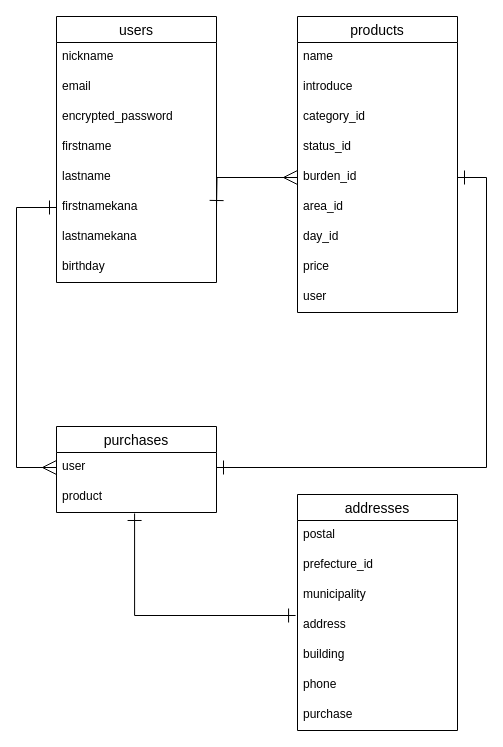
Earlier version of the draw.io diagram ERpic.dio (masu1031/furima-35551). Source tidied: cells renumbered, new cells numbered last; positions are measured from the earlier drawing's top-left corner, leaving out a move shared by most shapes. Both pictures are drawn from the tidied source at 100%, with x=0, y=0 at pixel (16, 16).
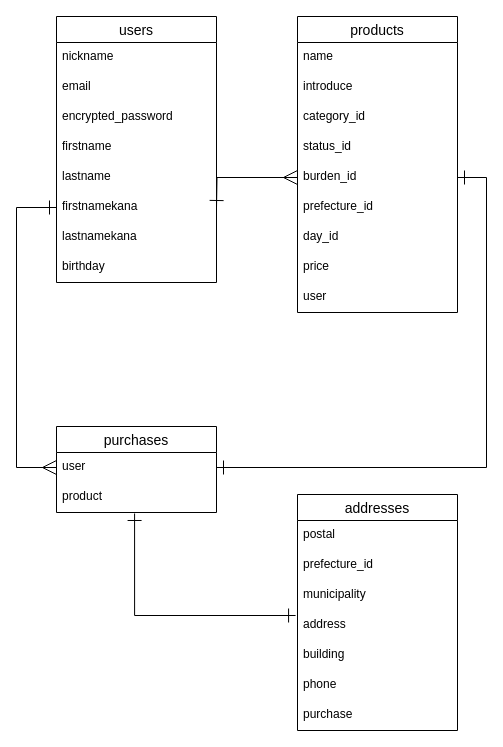
The same page after the edit.

Commit message (it also covers changes not shown here):
データベース設計　直し５

fix：
同一のActiveHash使用箇所を同一カラム名に修正

Unchanged cells that the change refers to:
```xml
<mxCell id="11" value="products" style="swimlane;fontStyle=0;horizontal=1;startSize=26;align=center;fontSize=14;" parent="1" vertex="1">
  <mxGeometry x="281" width="160" height="296" as="geometry" />
</mxCell>
```

Diff of the diagram source:
```diff
@@
-    <mxCell id="17" value="area_id" style="text;strokeColor=none;fillColor=none;spacingLeft=4;spacingRight=4;overflow=hidden;fontSize=12;" parent="11" vertex="1">
+    <mxCell id="17" value="prefecture_id" style="text;strokeColor=none;fillColor=none;spacingLeft=4;spacingRight=4;overflow=hidden;fontSize=12;" parent="11" vertex="1">
       <mxGeometry y="176" width="160" height="30" as="geometry" />
     </mxCell>
```
